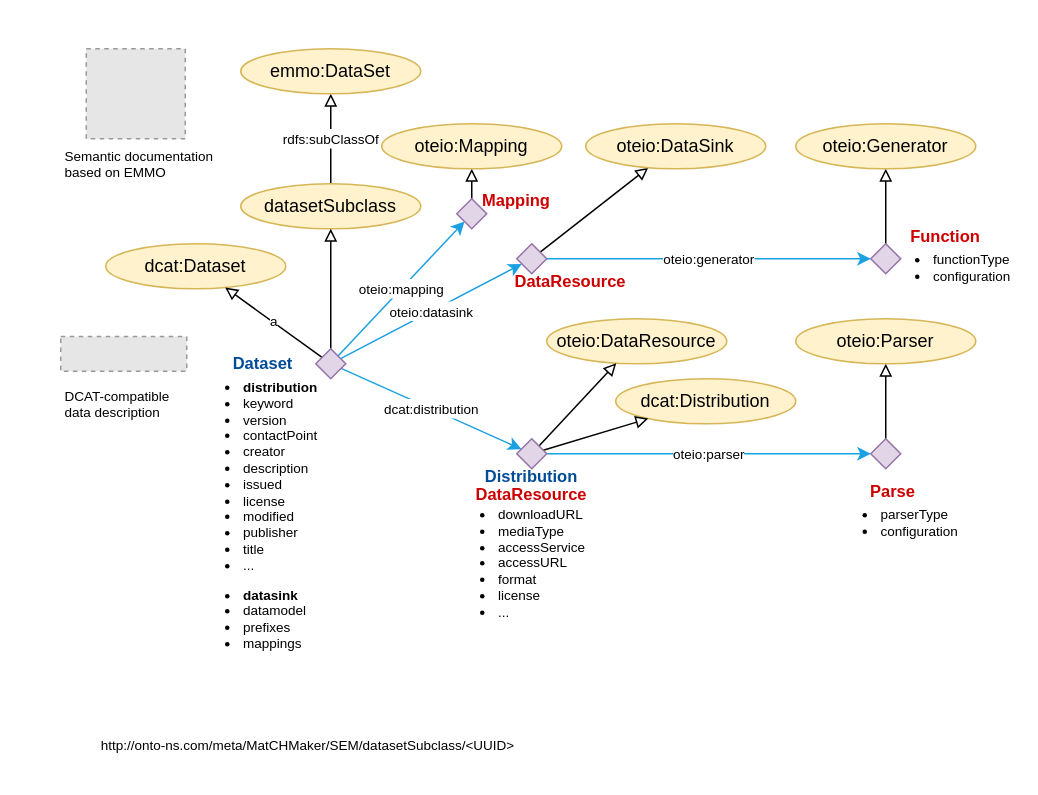
Above: page "Dataset" (1 of 7) of docs/figs/dataset.drawio in EMMC-ASBL/oteapi-dlite (draw.io), before the change. Source tidied: cells renumbered, new cells numbered last; positions are measured from the earlier drawing's top-left corner, leaving out a move shared by most shapes. Both pictures are drawn from the tidied source at 150%, with x=0, y=0 at pixel (60, 48). Pictures stored in the file or linked from it are replaced by grey dashed boxes.
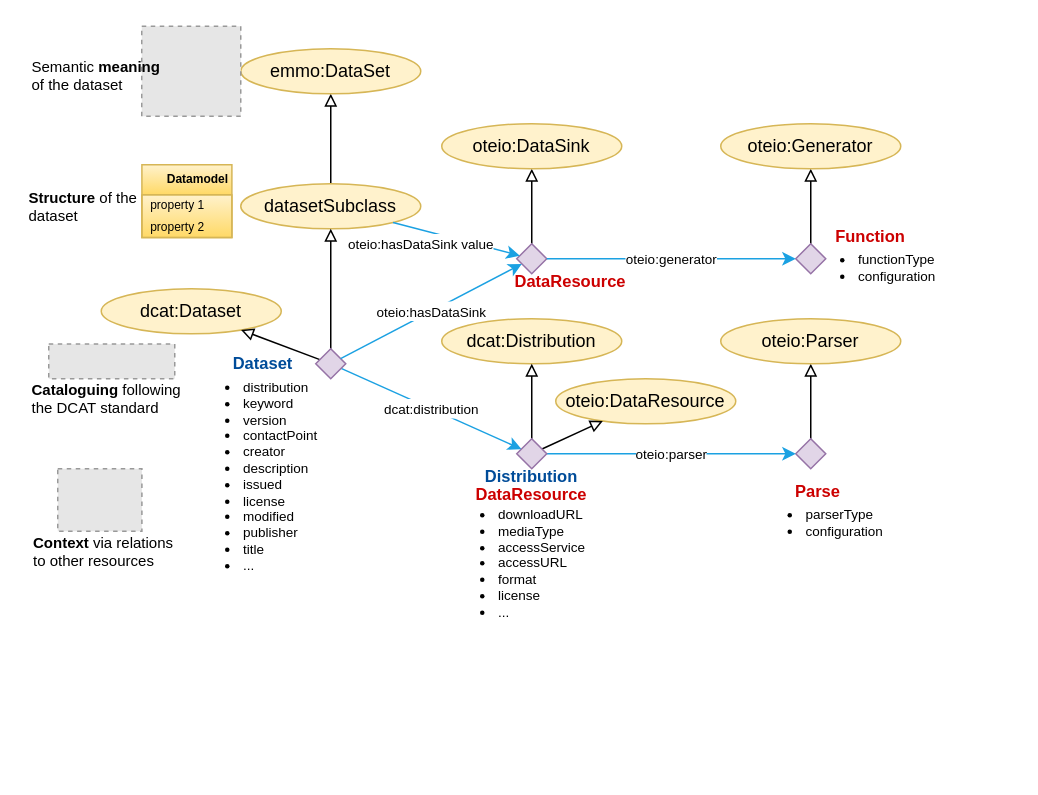
The same page after the edit.

Unchanged cells that the change refers to:
```xml
<mxCell id="6" value="datasetSubclass" style="ellipse;whiteSpace=wrap;html=1;fillColor=#fff2cc;strokeColor=#d6b656;" parent="1" vertex="1">
  <mxGeometry x="120" y="90" width="120" height="30" as="geometry" />
</mxCell>
<mxCell id="14" style="rhombus;whiteSpace=wrap;html=1;fillColor=#e1d5e7;strokeColor=#9673a6;" parent="1" vertex="1">
  <mxGeometry x="170" y="200" width="20" height="20" as="geometry" />
</mxCell>
<mxCell id="26" value="emmo:DataSet" style="ellipse;whiteSpace=wrap;html=1;fillColor=#fff2cc;strokeColor=#d6b656;" parent="1" vertex="1">
  <mxGeometry x="120" width="120" height="30" as="geometry" />
</mxCell>
<mxCell id="30" style="rhombus;whiteSpace=wrap;html=1;fillColor=#e1d5e7;strokeColor=#9673a6;" parent="1" vertex="1">
  <mxGeometry x="304" y="130" width="20" height="20" as="geometry" />
</mxCell>
```

Change to the diagram source:
```diff
@@
     <mxCell id="3" value="&lt;ul&gt;&lt;li&gt;&lt;font style=&quot;font-size: 9px;&quot;&gt;parserType&lt;/font&gt;&lt;/li&gt;&lt;li&gt;configuration&lt;/li&gt;&lt;/ul&gt;" style="text;html=1;align=left;verticalAlign=top;whiteSpace=wrap;rounded=0;fontFamily=Helvetica;fontSize=9;fontColor=default;labelBackgroundColor=none;" parent="1" vertex="1">
-      <mxGeometry x="505" y="290" width="105" height="40" as="geometry" />
+      <mxGeometry x="455" y="290" width="105" height="40" as="geometry" />
     </mxCell>
-    <mxCell id="4" value="&lt;ul&gt;&lt;li&gt;&lt;span style=&quot;background-color: initial;&quot;&gt;&lt;b&gt;distribution&lt;/b&gt;&lt;/span&gt;&lt;/li&gt;&lt;li&gt;&lt;span style=&quot;background-color: initial;&quot;&gt;keyword&lt;/span&gt;&lt;br&gt;&lt;/li&gt;&lt;li&gt;&lt;font style=&quot;font-size: 9px;&quot;&gt;version&lt;/font&gt;&lt;/li&gt;&lt;li&gt;&lt;font style=&quot;font-size: 9px;&quot;&gt;contactPoint&lt;/font&gt;&lt;/li&gt;&lt;li&gt;&lt;span style=&quot;background-color: initial;&quot;&gt;creator&lt;/span&gt;&lt;br&gt;&lt;/li&gt;&lt;li&gt;&lt;font style=&quot;font-size: 9px;&quot;&gt;description&lt;/font&gt;&lt;/li&gt;&lt;li&gt;&lt;span style=&quot;background-color: initial;&quot;&gt;issued&lt;/span&gt;&lt;/li&gt;&lt;li&gt;&lt;span style=&quot;background-color: initial;&quot;&gt;license&lt;/span&gt;&lt;br&gt;&lt;/li&gt;&lt;li&gt;modified&lt;/li&gt;&lt;li&gt;publisher&lt;/li&gt;&lt;li&gt;title&lt;/li&gt;&lt;li&gt;&lt;font style=&quot;font-size: 9px;&quot;&gt;...&lt;/font&gt;&lt;/li&gt;&lt;/ul&gt;&lt;div&gt;&lt;ul&gt;&lt;li style=&quot;border-color: var(--border-color);&quot;&gt;&lt;b style=&quot;border-color: var(--border-color);&quot;&gt;datasink&lt;/b&gt;&lt;/li&gt;&lt;li&gt;&lt;span style=&quot;background-color: initial;&quot;&gt;datamodel&lt;/span&gt;&lt;br&gt;&lt;/li&gt;&lt;li&gt;prefixes&lt;/li&gt;&lt;li style=&quot;border-color: var(--border-color);&quot;&gt;mappings&lt;/li&gt;&lt;/ul&gt;&lt;/div&gt;&lt;div&gt;&lt;br&gt;&lt;/div&gt;" style="text;html=1;align=left;verticalAlign=top;whiteSpace=wrap;rounded=0;fontFamily=Helvetica;fontSize=9;fontColor=default;labelBackgroundColor=none;" parent="1" vertex="1">
-      <mxGeometry x="80" y="205" width="100" height="200" as="geometry" />
+    <mxCell id="4" value="&lt;ul&gt;&lt;li&gt;&lt;span&gt;distribution&lt;/span&gt;&lt;/li&gt;&lt;li&gt;&lt;span&gt;keyword&lt;/span&gt;&lt;br&gt;&lt;/li&gt;&lt;li&gt;&lt;font style=&quot;font-size: 9px&quot;&gt;version&lt;/font&gt;&lt;/li&gt;&lt;li&gt;&lt;font style=&quot;font-size: 9px&quot;&gt;contactPoint&lt;/font&gt;&lt;/li&gt;&lt;li&gt;&lt;span&gt;creator&lt;/span&gt;&lt;br&gt;&lt;/li&gt;&lt;li&gt;&lt;font style=&quot;font-size: 9px&quot;&gt;description&lt;/font&gt;&lt;/li&gt;&lt;li&gt;&lt;span&gt;issued&lt;/span&gt;&lt;/li&gt;&lt;li&gt;&lt;span&gt;license&lt;/span&gt;&lt;br&gt;&lt;/li&gt;&lt;li&gt;modified&lt;/li&gt;&lt;li&gt;publisher&lt;/li&gt;&lt;li&gt;title&lt;/li&gt;&lt;li&gt;&lt;font style=&quot;font-size: 9px&quot;&gt;...&lt;/font&gt;&lt;/li&gt;&lt;/ul&gt;&lt;div&gt;&lt;div&gt;&lt;/div&gt;&lt;/div&gt;" style="text;html=1;align=left;verticalAlign=top;whiteSpace=wrap;rounded=0;fontFamily=Helvetica;fontSize=9;fontColor=default;labelBackgroundColor=none;" parent="1" vertex="1">
+      <mxGeometry x="80" y="205" width="100" height="145" as="geometry" />
     </mxCell>
-    <mxCell id="5" value="&lt;font style=&quot;font-size: 9px;&quot;&gt;rdfs:subClassOf&lt;/font&gt;" style="edgeStyle=none;shape=connector;rounded=0;jettySize=auto;html=1;strokeColor=default;align=center;verticalAlign=middle;fontFamily=Helvetica;fontSize=11;fontColor=default;labelBackgroundColor=default;endArrow=block;endFill=0;" parent="1" edge="1" source="6" target="26">
+    <mxCell id="5" style="edgeStyle=none;rounded=0;jettySize=auto;html=1;endArrow=block;endFill=0;" parent="1" edge="1" source="6" target="26">
       <mxGeometry relative="1" as="geometry" />
     </mxCell>
@@
     <mxCell id="7" value="dcat:Dataset" style="ellipse;whiteSpace=wrap;html=1;fillColor=#fff2cc;strokeColor=#d6b656;" parent="1" vertex="1">
-      <mxGeometry x="30" y="130" width="120" height="30" as="geometry" />
+      <mxGeometry x="27" y="160" width="120" height="30" as="geometry" />
     </mxCell>
     <mxCell id="8" value="dcat:Distribution" style="ellipse;whiteSpace=wrap;html=1;fillColor=#fff2cc;strokeColor=#d6b656;" parent="1" vertex="1">
-      <mxGeometry x="370" y="220" width="120" height="30" as="geometry" />
+      <mxGeometry x="254" y="180" width="120" height="30" as="geometry" />
     </mxCell>
     <mxCell id="9" value="oteio:DataResource" style="ellipse;whiteSpace=wrap;html=1;fillColor=#fff2cc;strokeColor=#d6b656;" parent="1" vertex="1">
-      <mxGeometry x="324" y="180" width="120" height="30" as="geometry" />
+      <mxGeometry x="330" y="220" width="120" height="30" as="geometry" />
     </mxCell>
-    <mxCell id="10" value="a" style="rounded=0;jettySize=auto;html=1;endArrow=block;endFill=0;fontSize=9;" parent="1" edge="1" source="14" target="7">
-      <mxGeometry relative="1" as="geometry" />
-    </mxCell>
@@
-    <mxCell id="13" value="&lt;font style=&quot;font-size: 9px;&quot;&gt;oteio:mapping&lt;/font&gt;" style="edgeStyle=none;rounded=0;jettySize=auto;html=1;strokeColor=#1BA1E2;endFill=1;" parent="1" edge="1" source="14" target="22">
-      <mxGeometry relative="1" as="geometry" />
-    </mxCell>
+    <mxCell id="10" style="edgeStyle=none;rounded=0;jettySize=auto;html=1;endArrow=block;endFill=0;" parent="1" edge="1" source="14" target="7">
+      <mxGeometry relative="1" as="geometry" />
+    </mxCell>
@@
     <mxCell id="16" style="rhombus;whiteSpace=wrap;html=1;fillColor=#e1d5e7;strokeColor=#9673a6;" parent="1" vertex="1">
-      <mxGeometry x="540" y="260" width="20" height="20" as="geometry" />
+      <mxGeometry x="490" y="260" width="20" height="20" as="geometry" />
     </mxCell>
@@
-    <mxCell id="21" style="edgeStyle=none;shape=connector;rounded=0;jettySize=auto;html=1;strokeColor=default;align=center;verticalAlign=middle;fontFamily=Helvetica;fontSize=11;fontColor=default;labelBackgroundColor=default;endArrow=block;endFill=0;" parent="1" edge="1" source="22" target="28">
-      <mxGeometry relative="1" as="geometry" />
-    </mxCell>
-    <mxCell id="22" style="rhombus;whiteSpace=wrap;html=1;fillColor=#e1d5e7;strokeColor=#9673a6;" parent="1" vertex="1">
-      <mxGeometry x="264" y="100" width="20" height="20" as="geometry" />
-    </mxCell>
@@
     <mxCell id="25" value="&lt;b&gt;&lt;font color=&quot;#cc0000&quot;&gt;Parse&lt;/font&gt;&lt;/b&gt;" style="text;html=1;align=center;verticalAlign=middle;whiteSpace=wrap;rounded=0;fontFamily=Helvetica;fontSize=11;fontColor=default;labelBackgroundColor=none;" parent="1" vertex="1">
-      <mxGeometry x="525" y="290" width="60" height="10" as="geometry" />
+      <mxGeometry x="475" y="290" width="60" height="10" as="geometry" />
     </mxCell>
@@
     <mxCell id="27" value="oteio:Parser" style="ellipse;whiteSpace=wrap;html=1;fillColor=#fff2cc;strokeColor=#d6b656;" parent="1" vertex="1">
-      <mxGeometry x="490" y="180" width="120" height="30" as="geometry" />
+      <mxGeometry x="440" y="180" width="120" height="30" as="geometry" />
     </mxCell>
-    <mxCell id="28" value="oteio:Mapping" style="ellipse;whiteSpace=wrap;html=1;fillColor=#fff2cc;strokeColor=#d6b656;" parent="1" vertex="1">
-      <mxGeometry x="214" y="50" width="120" height="30" as="geometry" />
-    </mxCell>
@@
-    <mxCell id="31" value="&lt;font style=&quot;font-size: 9px;&quot;&gt;oteio:datasink&lt;/font&gt;" style="edgeStyle=none;rounded=0;jettySize=auto;html=1;strokeColor=#1BA1E2;endFill=1;" parent="1" edge="1" source="14" target="30">
+    <mxCell id="31" value="&lt;font style=&quot;font-size: 9px&quot;&gt;oteio:hasDataSink&lt;/font&gt;" style="edgeStyle=none;rounded=0;jettySize=auto;html=1;strokeColor=#1BA1E2;endFill=1;startArrow=none;startFill=0;endArrow=classic;" parent="1" edge="1" source="14" target="30">
       <mxGeometry relative="1" as="geometry" />
     </mxCell>
     <mxCell id="32" value="oteio:DataSink" style="ellipse;whiteSpace=wrap;html=1;fillColor=#fff2cc;strokeColor=#d6b656;" parent="1" vertex="1">
-      <mxGeometry x="350" y="50" width="120" height="30" as="geometry" />
+      <mxGeometry x="254" y="50" width="120" height="30" as="geometry" />
     </mxCell>
@@
-    <mxCell id="35" value="&lt;b&gt;&lt;font color=&quot;#cc0000&quot;&gt;Mapping&lt;/font&gt;&lt;/b&gt;" style="text;html=1;align=center;verticalAlign=middle;whiteSpace=wrap;rounded=0;fontFamily=Helvetica;fontSize=11;fontColor=default;labelBackgroundColor=none;" parent="1" vertex="1">
-      <mxGeometry x="274" y="96" width="60" height="10" as="geometry" />
-    </mxCell>
@@
     <mxCell id="37" style="rhombus;whiteSpace=wrap;html=1;fillColor=#e1d5e7;strokeColor=#9673a6;" parent="1" vertex="1">
-      <mxGeometry x="540" y="130" width="20" height="20" as="geometry" />
+      <mxGeometry x="490" y="130" width="20" height="20" as="geometry" />
     </mxCell>
@@
     <mxCell id="39" value="oteio:Generator" style="ellipse;whiteSpace=wrap;html=1;fillColor=#fff2cc;strokeColor=#d6b656;" parent="1" vertex="1">
-      <mxGeometry x="490" y="50" width="120" height="30" as="geometry" />
+      <mxGeometry x="440" y="50" width="120" height="30" as="geometry" />
     </mxCell>
     <mxCell id="40" value="&lt;ul&gt;&lt;li&gt;functionType&lt;/li&gt;&lt;li&gt;&lt;span style=&quot;background-color: initial;&quot;&gt;configuration&lt;/span&gt;&lt;br&gt;&lt;/li&gt;&lt;/ul&gt;" style="text;html=1;align=left;verticalAlign=top;whiteSpace=wrap;rounded=0;fontFamily=Helvetica;fontSize=9;fontColor=default;labelBackgroundColor=none;" parent="1" vertex="1">
-      <mxGeometry x="540" y="120" width="90" height="50" as="geometry" />
+      <mxGeometry x="490" y="120" width="90" height="50" as="geometry" />
     </mxCell>
     <mxCell id="41" value="&lt;b&gt;&lt;font color=&quot;#cc0000&quot;&gt;Function&lt;/font&gt;&lt;/b&gt;" style="text;html=1;align=center;verticalAlign=middle;whiteSpace=wrap;rounded=0;fontFamily=Helvetica;fontSize=11;fontColor=default;labelBackgroundColor=none;" parent="1" vertex="1">
-      <mxGeometry x="560" y="120" width="60" height="10" as="geometry" />
+      <mxGeometry x="510" y="120" width="60" height="10" as="geometry" />
     </mxCell>
     <mxCell id="42" style="fillColor=#E6E6E6;strokeColor=#999999;dashed=1;verticalLabelPosition=bottom;labelBackgroundColor=default;verticalAlign=top;" parent="1" vertex="1">
-      <mxGeometry y="191.9" width="84" height="23.1" as="geometry" />
+      <mxGeometry x="-8" y="196.9" width="84" height="23.1" as="geometry" />
     </mxCell>
-    <mxCell id="43" value="&lt;font color=&quot;#000000&quot;&gt;DCAT-compatible data description&lt;/font&gt;" style="text;html=1;strokeColor=none;fillColor=none;align=left;verticalAlign=top;whiteSpace=wrap;rounded=0;fontSize=9;fontColor=#004C99;" parent="1" vertex="1">
-      <mxGeometry x="1" y="220" width="83" height="50" as="geometry" />
+    <mxCell id="43" value="&lt;font color=&quot;#000000&quot; style=&quot;font-size: 10px&quot;&gt;&lt;b&gt;Cataloguing&lt;/b&gt;&amp;nbsp;following the DCAT standard&lt;/font&gt;" style="text;html=1;strokeColor=none;fillColor=none;align=left;verticalAlign=top;whiteSpace=wrap;rounded=0;fontSize=9;fontColor=#004C99;" parent="1" vertex="1">
+      <mxGeometry x="-21" y="215" width="110" height="50" as="geometry" />
     </mxCell>
     <mxCell id="44" style="fillColor=#E6E6E6;strokeColor=#999999;dashed=1;verticalLabelPosition=bottom;labelBackgroundColor=default;verticalAlign=top;" parent="1" vertex="1">
-      <mxGeometry x="17" width="66" height="60" as="geometry" />
+      <mxGeometry x="54" y="-15" width="66" height="60" as="geometry" />
     </mxCell>
-    <mxCell id="45" value="&lt;font color=&quot;#000000&quot;&gt;Semantic documentation based on EMMO&lt;/font&gt;" style="text;html=1;strokeColor=none;fillColor=none;align=left;verticalAlign=top;whiteSpace=wrap;rounded=0;fontSize=9;fontColor=#004C99;" parent="1" vertex="1">
-      <mxGeometry x="1" y="60" width="103" height="30" as="geometry" />
+    <mxCell id="45" value="&lt;font color=&quot;#000000&quot; style=&quot;font-size: 10px&quot;&gt;Semantic &lt;b&gt;meaning&lt;/b&gt; of the dataset&lt;/font&gt;" style="text;html=1;strokeColor=none;fillColor=none;align=left;verticalAlign=top;whiteSpace=wrap;rounded=0;fontSize=9;fontColor=#004C99;" parent="1" vertex="1">
+      <mxGeometry x="-20.8" width="90.8" height="45" as="geometry" />
     </mxCell>
-    <mxCell id="46" value="http://onto-ns.com/meta/MatCHMaker/SEM/datasetSubclass/&amp;lt;UUID&amp;gt;" style="text;html=1;strokeColor=none;fillColor=none;align=center;verticalAlign=middle;whiteSpace=wrap;rounded=0;fontSize=9;fontColor=#000000;" parent="1" vertex="1">
-      <mxGeometry x="10" y="450" width="310" height="30" as="geometry" />
-    </mxCell>
+    <mxCell id="47" value="&lt;font color=&quot;#000000&quot; style=&quot;font-size: 10px&quot;&gt;&lt;b&gt;Structure &lt;/b&gt;of the dataset&lt;/font&gt;" style="text;html=1;strokeColor=none;fillColor=none;align=left;verticalAlign=top;whiteSpace=wrap;rounded=0;fontSize=9;fontColor=#004C99;" parent="1" vertex="1">
+      <mxGeometry x="-23" y="86.6" width="83" height="30" as="geometry" />
+    </mxCell>
+    <mxCell id="48" value="&lt;b&gt;Context&lt;/b&gt; via relations to other resources" style="text;html=1;strokeColor=none;fillColor=none;align=left;verticalAlign=middle;whiteSpace=wrap;rounded=0;fontSize=10;" parent="1" vertex="1">
+      <mxGeometry x="-20" y="319.8" width="100" height="30" as="geometry" />
+    </mxCell>
+    <mxCell id="49" style="fillColor=#E6E6E6;strokeColor=#999999;dashed=1;verticalLabelPosition=bottom;labelBackgroundColor=#ffffff;verticalAlign=top;" parent="1" vertex="1">
+      <mxGeometry x="-2" y="280" width="56.1" height="41.7" as="geometry" />
+    </mxCell>
+    <mxCell id="50" style="group;fontSize=10;" parent="1" vertex="1">
+      <mxGeometry x="54.1" y="77.3" width="60" height="48.6" as="geometry" />
+    </mxCell>
+    <mxCell id="51" style="rounded=0;whiteSpace=wrap;html=1;fontSize=9;align=right;fillColor=#fff2cc;gradientColor=#ffd966;strokeColor=#d6b656;" parent="50" vertex="1">
+      <mxGeometry y="20" width="60" height="28.6" as="geometry" />
+    </mxCell>
+    <mxCell id="52" value="Datamodel" style="swimlane;fontStyle=1;horizontal=1;startSize=20;fontSize=8;align=right;fillColor=#fff2cc;gradientColor=#ffd966;strokeColor=#d6b656;" parent="50" vertex="1">
+      <mxGeometry width="60" height="48.6" as="geometry" />
+    </mxCell>
+    <mxCell id="53" value="property 1" style="text;strokeColor=none;fillColor=none;align=left;verticalAlign=middle;spacingLeft=4;spacingRight=4;overflow=hidden;fontSize=8;" parent="52" vertex="1">
+      <mxGeometry y="20" width="60" height="14.3" as="geometry" />
+    </mxCell>
+    <mxCell id="54" value="property 2" style="text;strokeColor=none;fillColor=none;align=left;verticalAlign=middle;spacingLeft=4;spacingRight=4;overflow=hidden;fontSize=8;" parent="52" vertex="1">
+      <mxGeometry y="34.3" width="60" height="14.3" as="geometry" />
+    </mxCell>
+    <mxCell id="55" value="&lt;font style=&quot;font-size: 9px&quot;&gt;oteio:hasDataSink value&lt;/font&gt;" style="shape=connector;rounded=0;jettySize=auto;html=1;strokeColor=#1BA1E2;align=center;verticalAlign=middle;fontFamily=Helvetica;fontSize=11;fontColor=default;labelBackgroundColor=default;endArrow=none;endFill=0;startArrow=classic;startFill=1;" parent="1" edge="1" source="30" target="6">
+      <mxGeometry x="0.51" y="9" relative="1" as="geometry" />
+    </mxCell>
```
